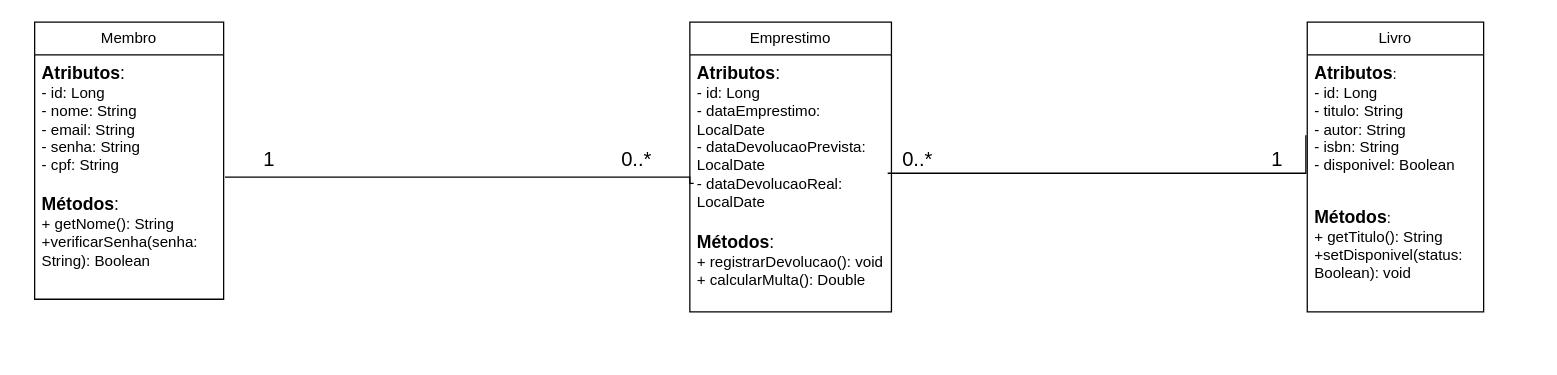
DamasoRafael/projeto-biblioteca keeps this draw.io diagram as docs/diagramas/Diagrama de classes.drawio. Above is the earlier version. Source tidied: cells renumbered, new cells numbered last; positions are measured from the earlier drawing's top-left corner, leaving out a move shared by most shapes. Both pictures are drawn from the tidied source at 126%, with x=0, y=0 at pixel (34, 21).
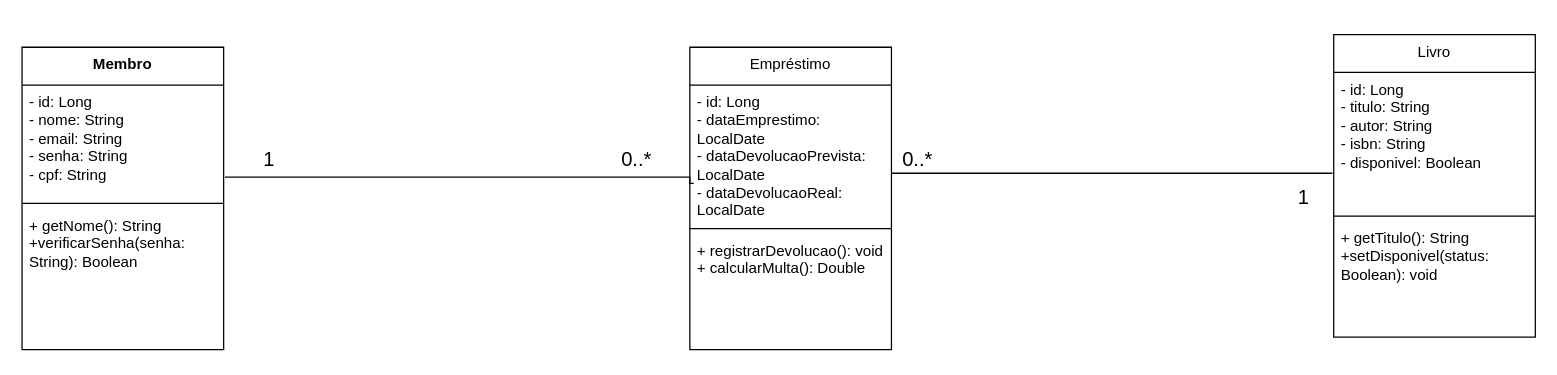
The same diagram, later.

Commit message (it also covers changes not shown here):
docs: Atualiza diagramas de Sequência, de Classes e de Implantação com correções

The edit, as a diff of the source:
```diff
@@
-    <mxCell id="2" value="Livro" style="swimlane;fontStyle=0;horizontal=1;startSize=26;fillColor=none;whiteSpace=wrap;html=1;" parent="1" vertex="1">
-      <mxGeometry x="1010" width="140" height="230" as="geometry" />
-    </mxCell>
-    <mxCell id="3" value="&lt;font style=&quot;font-size: 14px;&quot;&gt;&lt;b&gt;Atributos&lt;/b&gt;&lt;/font&gt;:&lt;br&gt;- id: Long&lt;br&gt;- titulo: String&lt;br&gt;- autor: String&lt;br&gt;- isbn: String&lt;br&gt;- disponivel: Boolean" style="text;strokeColor=none;fillColor=none;align=left;verticalAlign=top;spacingLeft=4;spacingRight=4;overflow=hidden;points=[[0,0.5],[1,0.5]];portConstraint=eastwest;whiteSpace=wrap;html=1;" parent="2" vertex="1">
-      <mxGeometry y="26" width="140" height="114" as="geometry" />
-    </mxCell>
-    <mxCell id="4" value="&lt;div&gt;&lt;b style=&quot;background-color: light-dark(rgb(255, 255, 255), rgb(0, 0, 0));&quot;&gt;&lt;font style=&quot;font-size: 14px;&quot;&gt;Métodos&lt;/font&gt;&lt;/b&gt;:&lt;br&gt;+ getTitulo(): String&lt;/div&gt;&lt;div&gt;+setDisponivel(status: Boolean): void&lt;/div&gt;" style="text;strokeColor=none;fillColor=none;align=left;verticalAlign=top;spacingLeft=4;spacingRight=4;overflow=hidden;whiteSpace=wrap;html=1;" parent="2" vertex="1">
-      <mxGeometry y="140" width="140" height="90" as="geometry" />
-    </mxCell>
-    <mxCell id="5" value="Membro" style="swimlane;fontStyle=0;horizontal=1;startSize=26;fillColor=none;whiteSpace=wrap;html=1;" parent="1" vertex="1">
-      <mxGeometry width="150" height="220" as="geometry" />
-    </mxCell>
-    <mxCell id="6" value="&lt;div&gt;&lt;span style=&quot;font-size: 14px; background-color: transparent; color: light-dark(rgb(0, 0, 0), rgb(255, 255, 255));&quot;&gt;&lt;b&gt;Atributos&lt;/b&gt;:&lt;/span&gt;&lt;/div&gt;&lt;div&gt;- id: Long&lt;/div&gt;&lt;div&gt;- nome: String&lt;/div&gt;&lt;div&gt;- email: String&lt;/div&gt;&lt;div&gt;- senha: String&lt;/div&gt;&lt;div&gt;- cpf: String&lt;/div&gt;" style="text;strokeColor=none;fillColor=none;align=left;verticalAlign=top;spacingLeft=4;spacingRight=4;overflow=hidden;points=[[0,0.5],[1,0.5]];portConstraint=eastwest;whiteSpace=wrap;html=1;" parent="5" vertex="1">
-      <mxGeometry y="26" width="150" height="104" as="geometry" />
-    </mxCell>
-    <mxCell id="7" value="&lt;div&gt;&lt;span style=&quot;font-size: 14px; background-color: transparent; color: light-dark(rgb(0, 0, 0), rgb(255, 255, 255));&quot;&gt;&lt;b&gt;Métodos&lt;/b&gt;:&lt;/span&gt;&lt;/div&gt;&lt;div&gt;+ getNome(): String&lt;/div&gt;&lt;div&gt;+verificarSenha(senha: String): Boolean&lt;/div&gt;" style="text;strokeColor=none;fillColor=none;align=left;verticalAlign=top;spacingLeft=4;spacingRight=4;overflow=hidden;whiteSpace=wrap;html=1;" parent="5" vertex="1">
-      <mxGeometry y="130" width="150" height="90" as="geometry" />
-    </mxCell>
-    <mxCell id="8" value="Emprestimo" style="swimlane;fontStyle=0;horizontal=1;startSize=26;fillColor=none;whiteSpace=wrap;html=1;" parent="1" vertex="1">
-      <mxGeometry x="520" width="160" height="230" as="geometry" />
-    </mxCell>
-    <mxCell id="9" value="&lt;div&gt;&lt;span style=&quot;font-size: 14px; background-color: transparent; color: light-dark(rgb(0, 0, 0), rgb(255, 255, 255));&quot;&gt;&lt;b&gt;Atributos&lt;/b&gt;:&lt;br&gt;&lt;/span&gt;- id: Long&lt;/div&gt;&lt;div&gt;- dataEmprestimo: LocalDate&lt;/div&gt;&lt;div&gt;- dataDevolucaoPrevista: LocalDate&lt;/div&gt;&lt;div&gt;- dataDevolucaoReal: LocalDate&lt;/div&gt;" style="text;strokeColor=none;fillColor=none;align=left;verticalAlign=top;spacingLeft=4;spacingRight=4;overflow=hidden;points=[[0,0.5],[1,0.5]];portConstraint=eastwest;whiteSpace=wrap;html=1;" parent="8" vertex="1">
-      <mxGeometry y="26" width="160" height="134" as="geometry" />
-    </mxCell>
-    <mxCell id="10" value="&lt;div&gt;&lt;span style=&quot;font-size: 14px;&quot;&gt;&lt;b&gt;Métodos&lt;/b&gt;:&lt;/span&gt;&lt;/div&gt;&lt;div&gt;+ registrarDevolucao(): void&lt;/div&gt;&lt;div&gt;+ calcularMulta(): Double&lt;/div&gt;" style="text;strokeColor=none;fillColor=none;align=left;verticalAlign=top;spacingLeft=4;spacingRight=4;overflow=hidden;whiteSpace=wrap;html=1;" parent="8" vertex="1">
-      <mxGeometry y="160" width="160" height="70" as="geometry" />
-    </mxCell>
-    <mxCell id="11" style="endArrow=none;html=1;edgeStyle=orthogonalEdgeStyle;rounded=0;exitX=1.007;exitY=0.933;exitDx=0;exitDy=0;exitPerimeter=0;entryX=0.019;entryY=0.761;entryDx=0;entryDy=0;entryPerimeter=0;" parent="1" edge="1" source="6" target="9">
+    <mxCell id="11" style="endArrow=none;html=1;edgeStyle=orthogonalEdgeStyle;rounded=0;exitX=1.007;exitY=0.933;exitDx=0;exitDy=0;exitPerimeter=0;entryX=0.019;entryY=0.761;entryDx=0;entryDy=0;entryPerimeter=0;" parent="1" edge="1">
       <mxGeometry relative="1" as="geometry">
+        <mxPoint x="151" y="123" as="sourcePoint" />
+        <mxPoint x="523" y="128" as="targetPoint" />
         <Array as="points">
           <mxPoint x="520" y="123" />
           <mxPoint x="520" y="128" />
         </Array>
       </mxGeometry>
     </mxCell>
@@
-    <mxCell id="14" style="endArrow=none;html=1;edgeStyle=orthogonalEdgeStyle;rounded=0;exitX=-0.008;exitY=0.56;exitDx=0;exitDy=0;exitPerimeter=0;" parent="1" edge="1" source="3">
+    <mxCell id="14" style="endArrow=none;html=1;edgeStyle=orthogonalEdgeStyle;rounded=0;" parent="1" edge="1">
       <mxGeometry relative="1" as="geometry">
+        <mxPoint x="1030" y="120" as="sourcePoint" />
         <mxPoint x="680" y="120" as="targetPoint" />
         <Array as="points">
           <mxPoint x="1009" y="120" />
           <mxPoint x="677" y="120" />
         </Array>
       </mxGeometry>
     </mxCell>
@@
+    <mxCell id="5" value="Membro" style="swimlane;fontStyle=1;align=center;verticalAlign=top;horizontal=1;startSize=30;whiteSpace=wrap;html=1;" parent="1" vertex="1">
+      <mxGeometry x="-10" y="20" width="160" height="240" as="geometry" />
+    </mxCell>
+    <mxCell id="17" value="&lt;div&gt;&lt;span style=&quot;background-color: transparent; color: light-dark(rgb(0, 0, 0), rgb(255, 255, 255));&quot;&gt;- id: Long&lt;/span&gt;&lt;/div&gt;&lt;div&gt;- nome: String&lt;/div&gt;&lt;div&gt;- email: String&lt;/div&gt;&lt;div&gt;- senha: String&lt;/div&gt;&lt;div&gt;- cpf: String&lt;/div&gt;" style="text;strokeColor=none;fillColor=none;align=left;verticalAlign=top;spacingLeft=4;spacingRight=4;overflow=hidden;whiteSpace=wrap;html=1;" parent="5" vertex="1">
+      <mxGeometry y="30" width="160" height="90" as="geometry" />
+    </mxCell>
+    <mxCell id="18" style="line;strokeWidth=1;fillColor=none;align=left;verticalAlign=middle;spacingTop=-1;spacingLeft=3;spacingRight=3;labelPosition=right;strokeColor=inherit;" parent="5" vertex="1">
+      <mxGeometry y="120" width="160" height="8" as="geometry" />
+    </mxCell>
+    <mxCell id="19" value="&lt;div&gt;&lt;div&gt;+ getNome(): String&lt;/div&gt;&lt;div&gt;+verificarSenha(senha: String): Boolean&lt;/div&gt;&lt;/div&gt;" style="text;strokeColor=none;fillColor=none;align=left;verticalAlign=top;spacingLeft=4;spacingRight=4;overflow=hidden;whiteSpace=wrap;html=1;" parent="5" vertex="1">
+      <mxGeometry y="128" width="160" height="112" as="geometry" />
+    </mxCell>
+    <mxCell id="20" value="&lt;span style=&quot;font-weight: 400;&quot;&gt;Empréstimo&lt;/span&gt;" style="swimlane;fontStyle=1;align=center;verticalAlign=top;horizontal=1;startSize=30;whiteSpace=wrap;html=1;" parent="1" vertex="1">
+      <mxGeometry x="520" y="20" width="160" height="240" as="geometry" />
+    </mxCell>
+    <mxCell id="21" value="&lt;div&gt;- id: Long&lt;/div&gt;&lt;div&gt;- dataEmprestimo: LocalDate&lt;/div&gt;&lt;div&gt;- dataDevolucaoPrevista: LocalDate&lt;/div&gt;&lt;div&gt;- dataDevolucaoReal: LocalDate&lt;/div&gt;" style="text;strokeColor=none;fillColor=none;align=left;verticalAlign=top;spacingLeft=4;spacingRight=4;overflow=hidden;whiteSpace=wrap;html=1;" parent="20" vertex="1">
+      <mxGeometry y="30" width="160" height="110" as="geometry" />
+    </mxCell>
+    <mxCell id="22" style="line;strokeWidth=1;fillColor=none;align=left;verticalAlign=middle;spacingTop=-1;spacingLeft=3;spacingRight=3;labelPosition=right;strokeColor=inherit;" parent="20" vertex="1">
+      <mxGeometry y="140" width="160" height="8" as="geometry" />
+    </mxCell>
+    <mxCell id="23" value="&lt;div&gt;+ registrarDevolucao(): void&lt;/div&gt;&lt;div&gt;+ calcularMulta(): Double&lt;/div&gt;" style="text;strokeColor=none;fillColor=none;align=left;verticalAlign=top;spacingLeft=4;spacingRight=4;overflow=hidden;whiteSpace=wrap;html=1;" parent="20" vertex="1">
+      <mxGeometry y="148" width="160" height="92" as="geometry" />
+    </mxCell>
+    <mxCell id="2" value="&lt;span style=&quot;font-weight: 400;&quot;&gt;Livro&lt;/span&gt;" style="swimlane;fontStyle=1;align=center;verticalAlign=top;horizontal=1;startSize=30;whiteSpace=wrap;html=1;" parent="1" vertex="1">
+      <mxGeometry x="1031" y="10" width="160" height="240" as="geometry" />
+    </mxCell>
+    <mxCell id="24" value="- id: Long&lt;br&gt;- titulo: String&lt;br&gt;- autor: String&lt;br&gt;- isbn: String&lt;br&gt;- disponivel: Boolean" style="text;strokeColor=none;fillColor=none;align=left;verticalAlign=top;spacingLeft=4;spacingRight=4;overflow=hidden;whiteSpace=wrap;html=1;" parent="2" vertex="1">
+      <mxGeometry y="30" width="160" height="110" as="geometry" />
+    </mxCell>
+    <mxCell id="25" style="line;strokeWidth=1;fillColor=none;align=left;verticalAlign=middle;spacingTop=-1;spacingLeft=3;spacingRight=3;labelPosition=right;strokeColor=inherit;" parent="2" vertex="1">
+      <mxGeometry y="140" width="160" height="8" as="geometry" />
+    </mxCell>
+    <mxCell id="26" value="&lt;div&gt;+ getTitulo(): String&lt;/div&gt;&lt;div&gt;+setDisponivel(status: Boolean): void&lt;/div&gt;" style="text;strokeColor=none;fillColor=none;align=left;verticalAlign=top;spacingLeft=4;spacingRight=4;overflow=hidden;whiteSpace=wrap;html=1;" parent="2" vertex="1">
+      <mxGeometry y="148" width="160" height="92" as="geometry" />
+    </mxCell>
```
